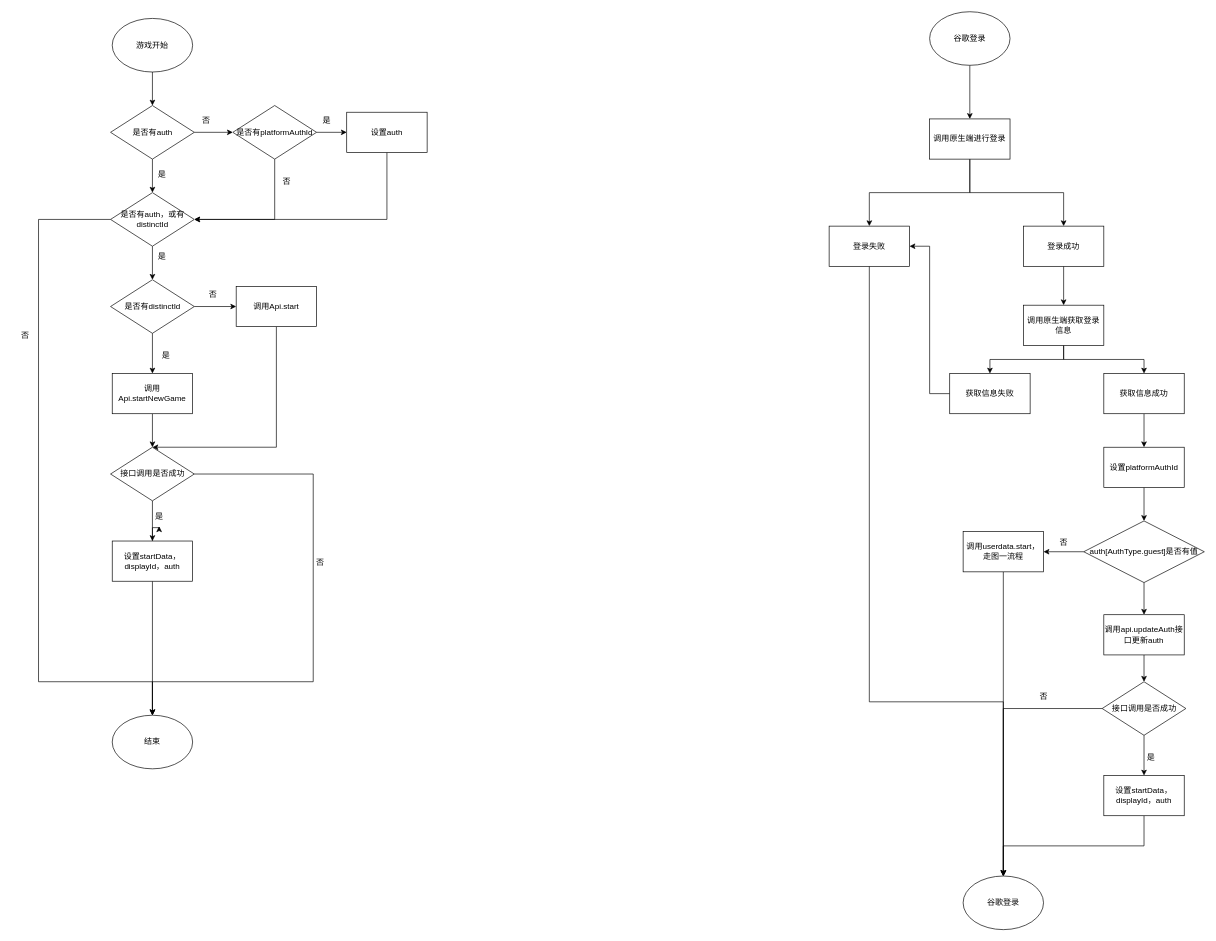
Above: 车车登录.drawio in lxy8228535/Diagrams (draw.io), before the change. Source tidied: cells renumbered, new cells numbered last; positions are measured from the earlier drawing's top-left corner, leaving out a move shared by most shapes. Both pictures are drawn from the tidied source at 67%, with x=0, y=0 at pixel (11, 11).
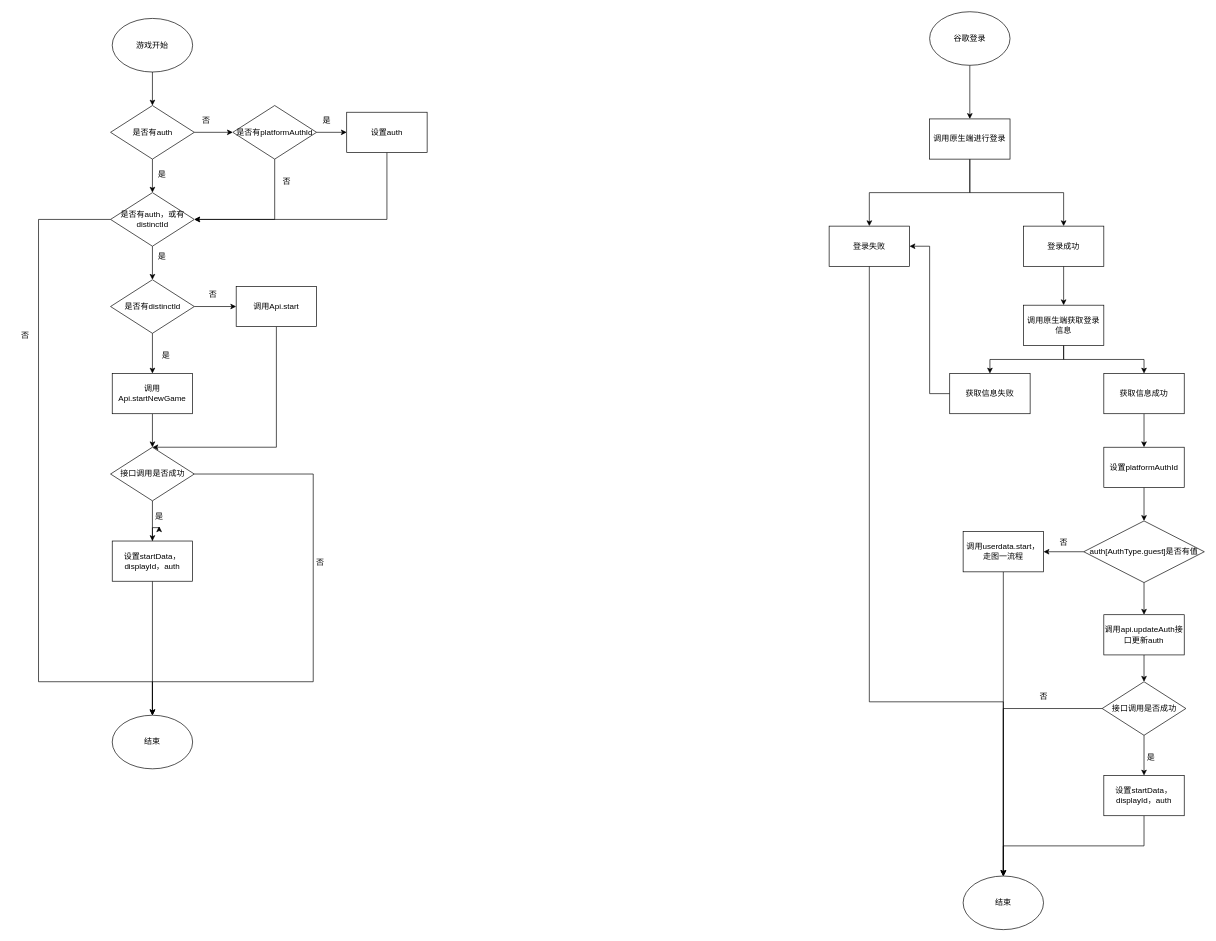
The same diagram, later.

Commit message:
更新车车登录.drawio

The edit, as a diff of the source:
```diff
@@
-    <mxCell id="46" value="谷歌登录" style="ellipse;whiteSpace=wrap;html=1;" parent="1" vertex="1">
+    <mxCell id="46" value="结束" style="ellipse;whiteSpace=wrap;html=1;" parent="1" vertex="1">
       <mxGeometry x="1420" y="1290" width="120" height="80" as="geometry" />
     </mxCell>
```
